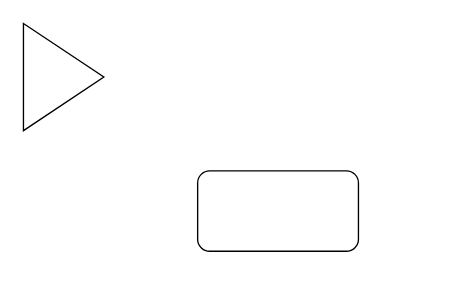
This is drawio-assets/test.drawio from suyu-hash/github_actions_test, a draw.io file, before an edit. Source tidied: cells renumbered, new cells numbered last; positions are measured from the earlier drawing's top-left corner, leaving out a move shared by most shapes. Both pictures are drawn from the tidied source at 134%, with x=0, y=0 at pixel (23, 23).
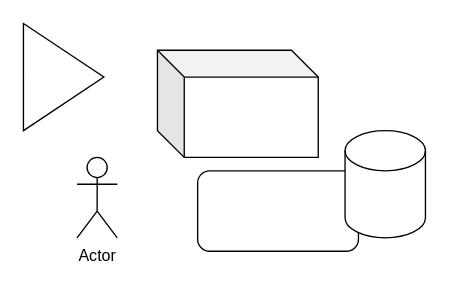
The same page after the edit.

What changed in the source:
```diff
@@
 <mxGraphModel>
   <root>
     <mxCell id="0" />
     <mxCell id="1" parent="0" />
     <mxCell id="2" style="rounded=1;whiteSpace=wrap;html=1;" parent="1" vertex="1">
       <mxGeometry x="130" y="110" width="120" height="60" as="geometry" />
     </mxCell>
     <mxCell id="3" style="triangle;whiteSpace=wrap;html=1;" parent="1" vertex="1">
       <mxGeometry width="60" height="80" as="geometry" />
     </mxCell>
+    <mxCell id="4" style="shape=cylinder3;whiteSpace=wrap;html=1;boundedLbl=1;backgroundOutline=1;size=15;" parent="1" vertex="1">
+      <mxGeometry x="240" y="80" width="60" height="80" as="geometry" />
+    </mxCell>
+    <mxCell id="5" value="Actor" style="shape=umlActor;verticalLabelPosition=bottom;verticalAlign=top;html=1;" parent="1" vertex="1">
+      <mxGeometry x="40" y="100" width="30" height="60" as="geometry" />
+    </mxCell>
+    <mxCell id="6" style="shape=cube;whiteSpace=wrap;html=1;boundedLbl=1;backgroundOutline=1;darkOpacity=0.05;darkOpacity2=0.1;" parent="1" vertex="1">
+      <mxGeometry x="100" y="20" width="120" height="80" as="geometry" />
+    </mxCell>
   </root>
 </mxGraphModel>
```
